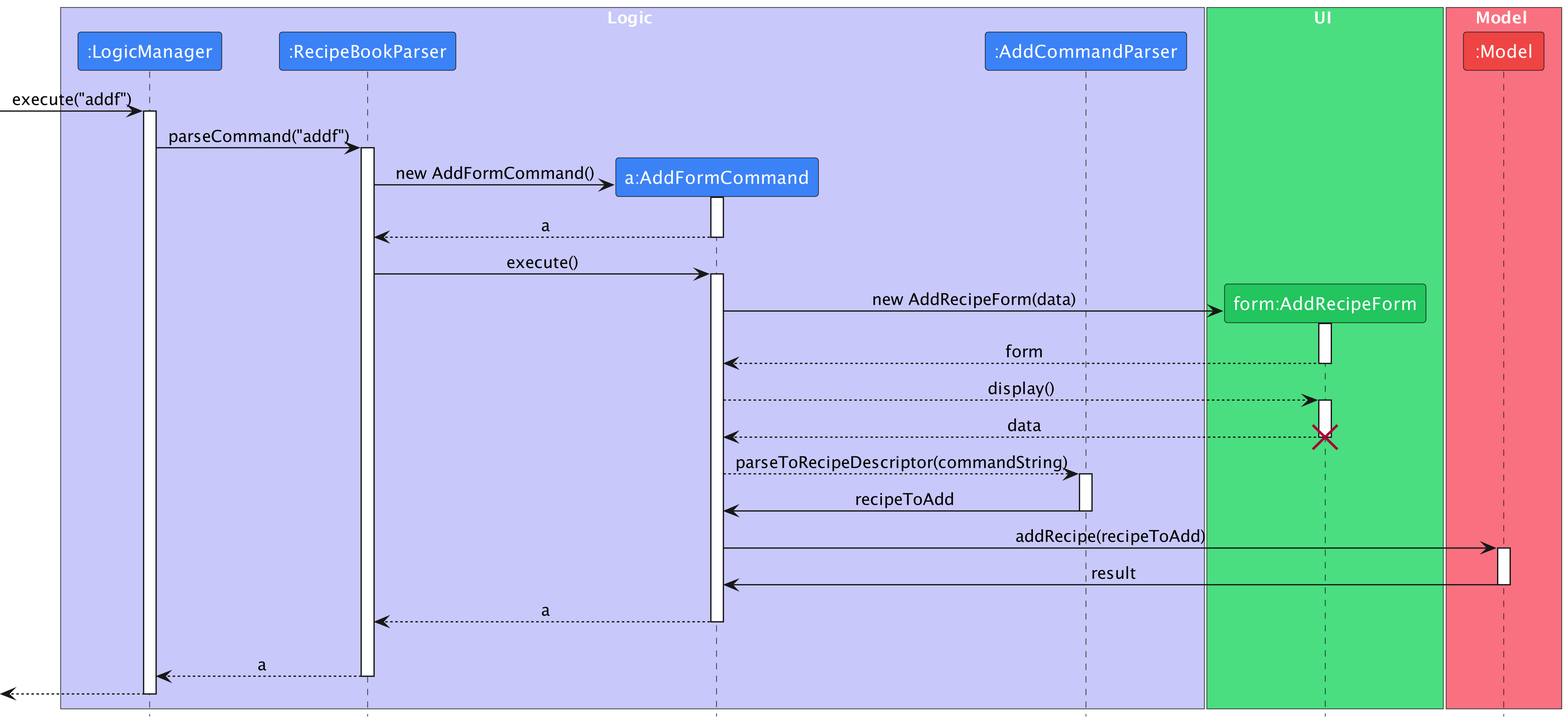
This is docs/images/AddFormSequenceDiagram.png from nus-cs2103-AY2223S2/tp, a PlantUML export, as it was before one commit.
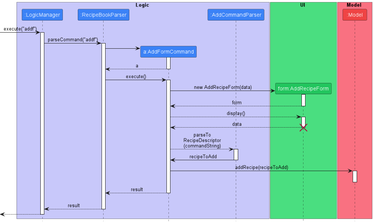
The same file after the commit.

Commit message:
DG: Tidy up Add/Edit form UI description

- Modified diagrams: AddFormSequenceDiagram.png,

What changed in the source:
```diff
@@ -23,7 +23,7 @@
 activate RecipeBookParser
 
 create AddFormCommand
-RecipeBookParser -> AddFormCommand : new AddFormCommand()
+RecipeBookParser -> AddFormCommand
 activate AddFormCommand
 
 AddFormCommand --> RecipeBookParser : a
@@ -46,7 +46,7 @@
 deactivate AddRecipeForm
 destroy AddRecipeForm
 
-AddFormCommand --> AddCommandParser : parseToRecipeDescriptor(commandString)
+AddFormCommand --> AddCommandParser : parseTo\nRecipeDescriptor\n(commandString)
 activate AddCommandParser
 
 AddCommandParser -> AddFormCommand : recipeToAdd
@@ -54,16 +54,14 @@
 
 AddFormCommand -> Model : addRecipe(recipeToAdd)
 activate Model
-
-Model -> AddFormCommand : result
 deactivate Model
 
-AddFormCommand --> RecipeBookParser : a
+AddFormCommand --> RecipeBookParser : result
 deactivate AddFormCommand
 
 AddFormCommand -[hidden]-> RecipeBookParser
 
-RecipeBookParser --> LogicManager : a
+RecipeBookParser --> LogicManager : result
 deactivate RecipeBookParser
 
 
```
